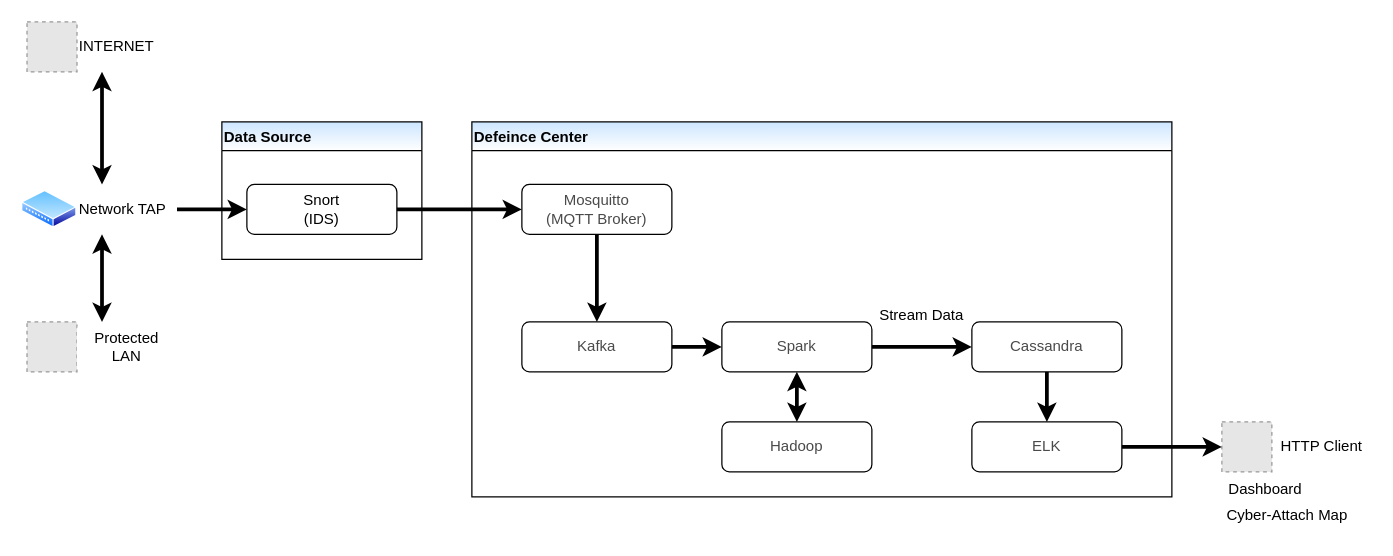
Before: page "STABLE" (2 of 12) of Developer's Guide/MataElang Services.drawio in mata-elang-stable/DevelopersGuide, a draw.io diagram. Source tidied: cells renumbered, new cells numbered last; positions are measured from the earlier drawing's top-left corner, leaving out a move shared by most shapes. Both pictures are drawn from the tidied source at 125%, with x=0, y=0 at pixel (21, 21). Pictures stored in the file or linked from it are replaced by grey dashed boxes.
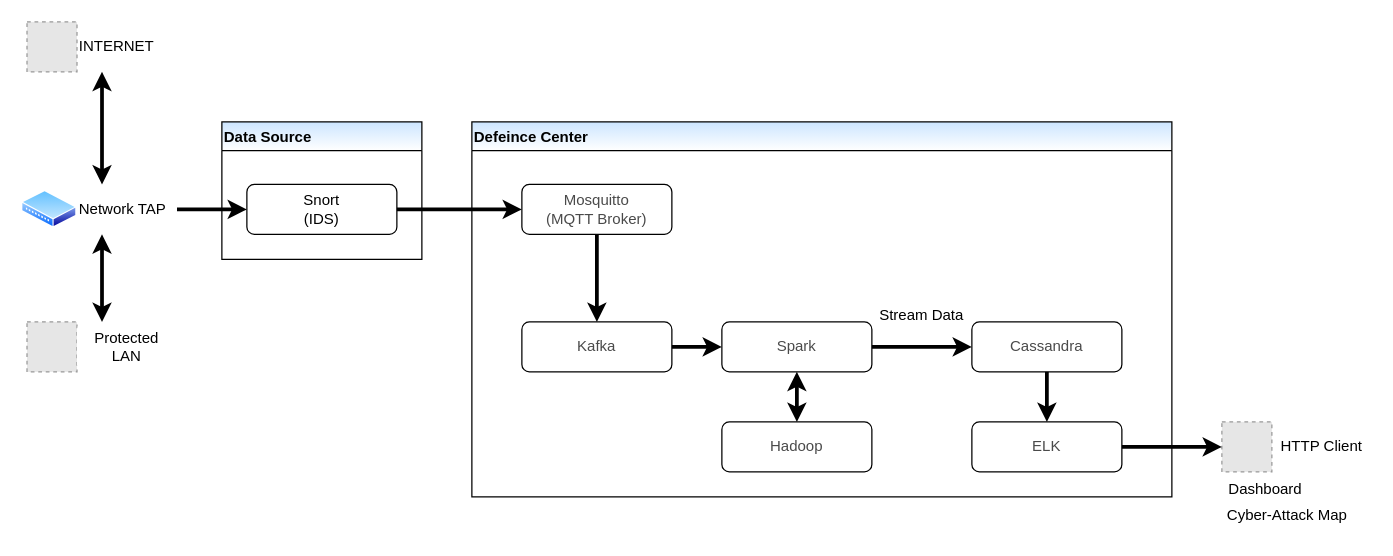
Above is the later version.

Change to the diagram source:
```diff
@@
-    <mxCell id="34" value="Cyber-Attach Map" style="text;html=1;strokeColor=none;fillColor=none;align=center;verticalAlign=middle;whiteSpace=wrap;rounded=0;" parent="1" vertex="1">
+    <mxCell id="34" value="Cyber-Attack Map" style="text;html=1;strokeColor=none;fillColor=none;align=center;verticalAlign=middle;whiteSpace=wrap;rounded=0;" parent="1" vertex="1">
       <mxGeometry x="960" y="380" width="105" height="30" as="geometry" />
     </mxCell>
```
